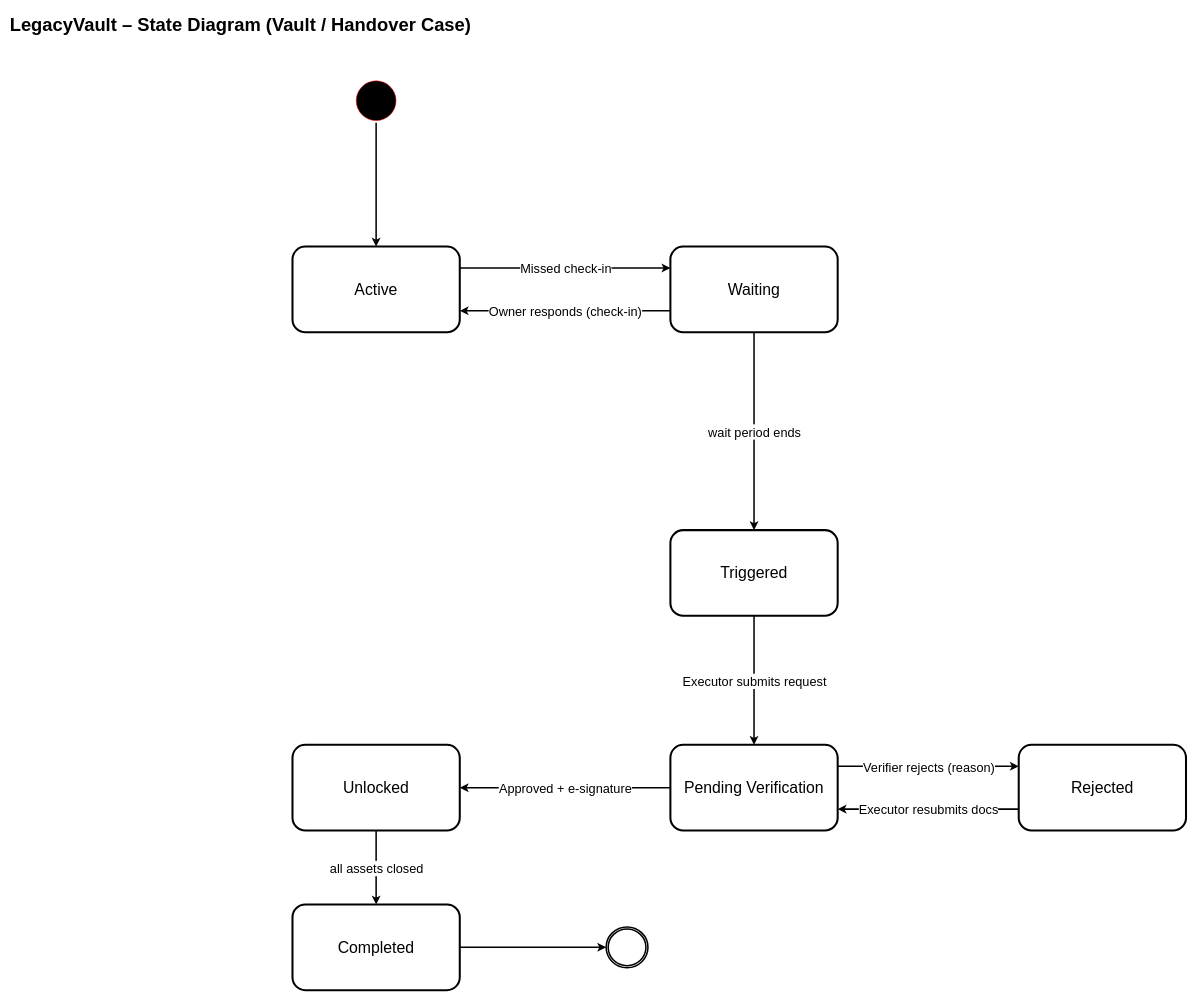
This is States-Diagram-SWD.drawio from QuochuyChung/Final-Report-SWD, a draw.io file, before an edit. Source tidied: cells renumbered, new cells numbered last; positions are measured from the earlier drawing's top-left corner, leaving out a move shared by most shapes. Both pictures are drawn from the tidied source at 51%, with x=0, y=0 at pixel (9, 9).
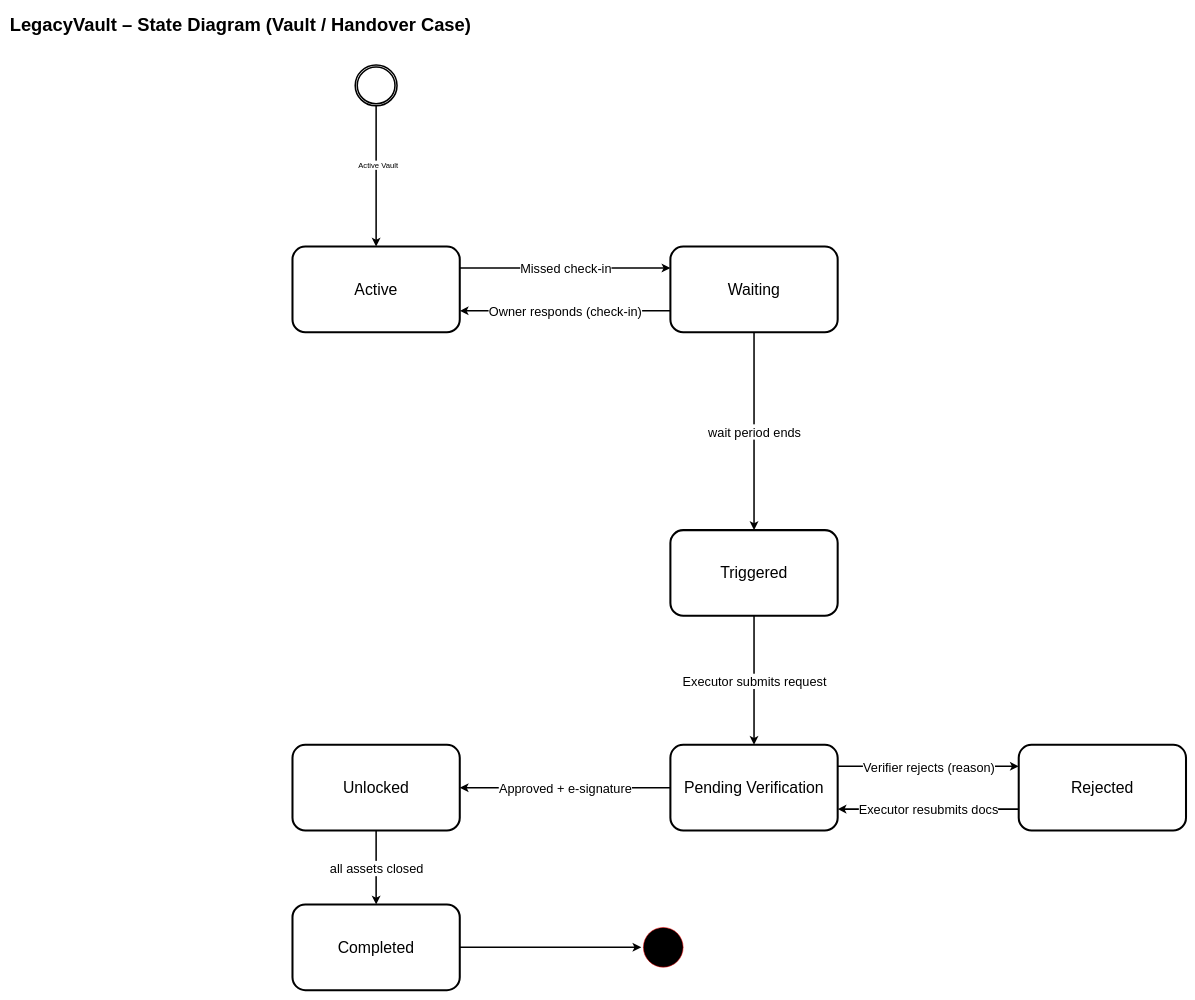
After the change.

Unchanged cells that the change refers to:
```xml
<mxCell id="5" value="&lt;font style=&quot;font-size: 31px;&quot;&gt;Active&lt;/font&gt;" style="rounded=1;whiteSpace=wrap;html=1;strokeWidth=4;" parent="1" vertex="1">
  <mxGeometry x="556" y="466" width="328" height="168" as="geometry" />
</mxCell>
<mxCell id="11" value="&lt;font style=&quot;font-size: 31px;&quot;&gt;Completed&lt;/font&gt;" style="rounded=1;whiteSpace=wrap;html=1;strokeWidth=4;" parent="1" vertex="1">
  <mxGeometry x="556" y="1756" width="328" height="168" as="geometry" />
</mxCell>
```

The edit, as a diff of the source:
```diff
@@
-    <mxCell id="3" style="ellipse;html=1;shape=startState;fillColor=#000000;strokeColor=#ff0000;strokeWidth=1;" parent="1" vertex="1">
-      <mxGeometry x="677" y="137" width="86" height="86" as="geometry" />
-    </mxCell>
-    <mxCell id="4" style="ellipse;html=1;shape=endState;fillColor=light-dark(#FFFFFF,#FFFFFF);strokeWidth=3;" parent="1" vertex="1">
-      <mxGeometry x="1171" y="1800" width="82" height="80" as="geometry" />
-    </mxCell>
@@
-    <mxCell id="12" style="edgeStyle=orthogonalEdgeStyle;rounded=0;jettySize=auto;html=1;fontSize=12;startSize=8;endSize=8;strokeWidth=3;" parent="1" edge="1" source="3" target="5">
-      <mxGeometry relative="1" as="geometry" />
+    <mxCell id="12" style="edgeStyle=orthogonalEdgeStyle;rounded=0;jettySize=auto;html=1;fontSize=12;startSize=8;endSize=8;strokeWidth=3;" parent="1" edge="1" source="31" target="5">
+      <mxGeometry x="0.18" relative="1" as="geometry" />
     </mxCell>
+    <mxCell id="30" value="Active Vault" style="edgeLabel;html=1;align=center;verticalAlign=middle;inheritText=fontFamily,fontColor,fontStyle,textOpacity,labelBorderColor,labelBorderWidth,labelBackgroundColor,defaultLabelBackgroundColor,labelPadding;fontSize=15;" parent="12" vertex="1">
+      <mxGeometry x="-0.17" y="3" relative="1" as="geometry" />
+    </mxCell>
@@
-    <mxCell id="29" style="edgeStyle=orthogonalEdgeStyle;rounded=0;jettySize=auto;html=1;fontSize=12;startSize=8;endSize=8;strokeWidth=3;exitX=1;exitY=0.5;entryX=0;entryY=0.5;" parent="1" edge="1" source="11" target="4">
-      <mxGeometry relative="1" as="geometry" />
+    <mxCell id="29" style="edgeStyle=orthogonalEdgeStyle;rounded=0;jettySize=auto;html=1;fontSize=12;startSize=8;endSize=8;strokeWidth=3;exitX=1;exitY=0.5;" parent="1" edge="1" source="11" target="32">
+      <mxGeometry x="-0.35" relative="1" as="geometry" />
     </mxCell>
+    <mxCell id="31" style="ellipse;html=1;shape=endState;fillColor=light-dark(#FFFFFF,#FFFFFF);strokeWidth=3;" parent="1" vertex="1">
+      <mxGeometry x="679" y="110" width="82" height="80" as="geometry" />
+    </mxCell>
+    <mxCell id="32" style="ellipse;html=1;shape=startState;fillColor=#000000;strokeColor=#ff0000;strokeWidth=1;" parent="1" vertex="1">
+      <mxGeometry x="1240" y="1797" width="86" height="86" as="geometry" />
+    </mxCell>
```
